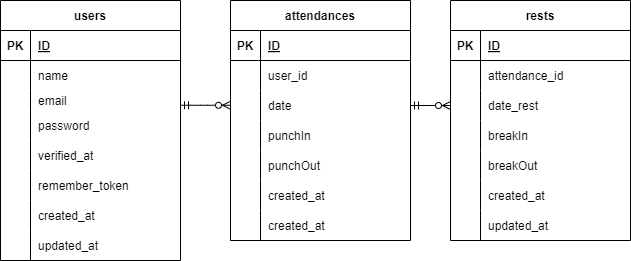
This is src/attendance.drawio.png from eto0831/attendance-2, a draw.io export, as it was before one commit. Source tidied: cells renumbered, new cells last; positions are measured from the earlier drawing's top-left corner, leaving out a move shared by most shapes.
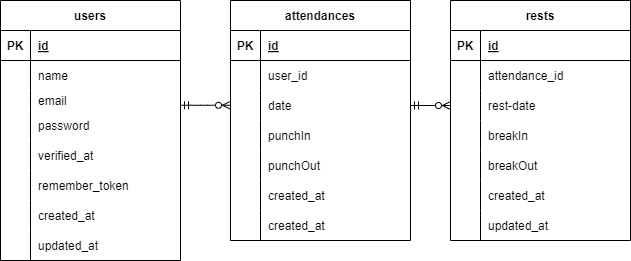
The same file after the commit.

Change to the diagram source:
```diff
@@ -11,7 +11,7 @@
     <mxCell id="4" value="PK" style="shape=partialRectangle;fillColor=none;top=0;left=0;bottom=0;right=0;fontStyle=1;overflow=hidden;" parent="3" vertex="1">
       <mxGeometry width="30" height="30" as="geometry" />
     </mxCell>
-    <mxCell id="5" value="ID" style="shape=partialRectangle;fillColor=none;top=0;left=0;bottom=0;right=0;align=left;spacingLeft=6;fontStyle=5;overflow=hidden;" parent="3" vertex="1">
+    <mxCell id="5" value="id" style="shape=partialRectangle;fillColor=none;top=0;left=0;bottom=0;right=0;align=left;spacingLeft=6;fontStyle=5;overflow=hidden;" parent="3" vertex="1">
       <mxGeometry x="30" width="150" height="30" as="geometry" />
     </mxCell>
     <mxCell id="6" style="shape=tableRow;horizontal=0;startSize=0;swimlaneHead=0;swimlaneBody=0;fillColor=none;top=0;left=0;right=0;bottom=0;" parent="2" vertex="1">
@@ -86,7 +86,7 @@
     <mxCell id="29" value="PK" style="shape=partialRectangle;fillColor=none;top=0;left=0;bottom=0;right=0;fontStyle=1;overflow=hidden;" parent="28" vertex="1">
       <mxGeometry width="30" height="30" as="geometry" />
     </mxCell>
-    <mxCell id="30" value="ID" style="shape=partialRectangle;fillColor=none;top=0;left=0;bottom=0;right=0;align=left;spacingLeft=6;fontStyle=5;overflow=hidden;" parent="28" vertex="1">
+    <mxCell id="30" value="id" style="shape=partialRectangle;fillColor=none;top=0;left=0;bottom=0;right=0;align=left;spacingLeft=6;fontStyle=5;overflow=hidden;" parent="28" vertex="1">
       <mxGeometry x="30" width="150" height="30" as="geometry" />
     </mxCell>
     <mxCell id="31" style="shape=tableRow;horizontal=0;startSize=0;swimlaneHead=0;swimlaneBody=0;fillColor=none;top=0;left=0;right=0;bottom=0;" parent="27" vertex="1">
@@ -152,7 +152,7 @@
     <mxCell id="51" value="PK" style="shape=partialRectangle;fillColor=none;top=0;left=0;bottom=0;right=0;fontStyle=1;overflow=hidden;" parent="50" vertex="1">
       <mxGeometry width="30" height="30" as="geometry" />
     </mxCell>
-    <mxCell id="52" value="ID" style="shape=partialRectangle;fillColor=none;top=0;left=0;bottom=0;right=0;align=left;spacingLeft=6;fontStyle=5;overflow=hidden;" parent="50" vertex="1">
+    <mxCell id="52" value="id" style="shape=partialRectangle;fillColor=none;top=0;left=0;bottom=0;right=0;align=left;spacingLeft=6;fontStyle=5;overflow=hidden;" parent="50" vertex="1">
       <mxGeometry x="30" width="150" height="30" as="geometry" />
     </mxCell>
     <mxCell id="53" style="shape=tableRow;horizontal=0;startSize=0;swimlaneHead=0;swimlaneBody=0;fillColor=none;top=0;left=0;right=0;bottom=0;" parent="49" vertex="1">
@@ -170,7 +170,7 @@
     <mxCell id="57" style="shape=partialRectangle;fillColor=none;top=0;left=0;bottom=0;right=0;overflow=hidden;" parent="56" vertex="1">
       <mxGeometry width="30" height="30" as="geometry" />
     </mxCell>
-    <mxCell id="58" value="date_rest" style="shape=partialRectangle;fillColor=none;top=0;left=0;bottom=0;right=0;align=left;spacingLeft=6;overflow=hidden;" parent="56" vertex="1">
+    <mxCell id="58" value="rest-date" style="shape=partialRectangle;fillColor=none;top=0;left=0;bottom=0;right=0;align=left;spacingLeft=6;overflow=hidden;" parent="56" vertex="1">
       <mxGeometry x="30" width="150" height="30" as="geometry" />
     </mxCell>
     <mxCell id="59" style="shape=tableRow;horizontal=0;startSize=0;swimlaneHead=0;swimlaneBody=0;fillColor=none;top=0;left=0;right=0;bottom=0;" parent="49" vertex="1">
```
